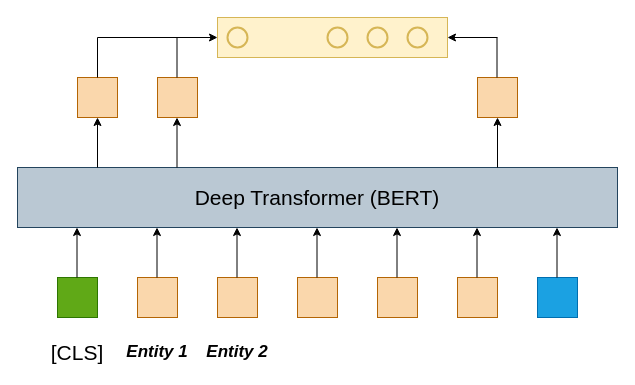
The draw.io diagram Untitled Diagram.drawio in rahmanmuhammad/Russo, before the edit. Source tidied: cells renumbered, new cells numbered last; positions are measured from the earlier drawing's top-left corner, leaving out a move shared by most shapes. Both pictures are drawn from the tidied source at 100%, with x=0, y=0 at pixel (17, 17).
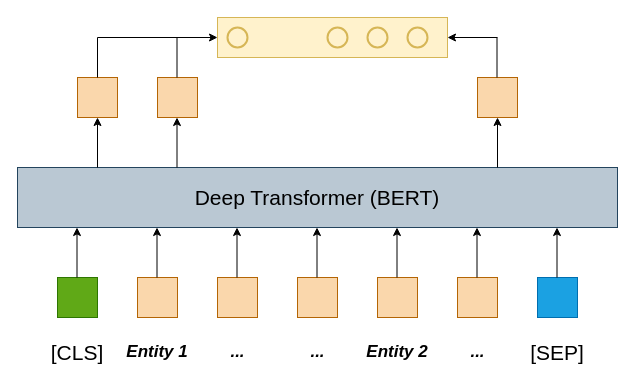
After the change.

What changed in the source:
```diff
@@
     <mxCell id="35" value="Entity 2" style="text;html=1;strokeColor=none;fillColor=none;align=center;verticalAlign=middle;whiteSpace=wrap;rounded=0;fontSize=17;fontStyle=3;" parent="1" vertex="1">
-      <mxGeometry x="185" y="320" width="70" height="30" as="geometry" />
+      <mxGeometry x="345" y="320" width="70" height="30" as="geometry" />
     </mxCell>
+    <mxCell id="36" value="[SEP]" style="text;html=1;strokeColor=none;fillColor=none;align=center;verticalAlign=middle;whiteSpace=wrap;rounded=0;fontSize=21;" parent="1" vertex="1">
+      <mxGeometry x="510" y="320" width="60" height="30" as="geometry" />
+    </mxCell>
+    <mxCell id="37" value="..." style="text;html=1;strokeColor=none;fillColor=none;align=center;verticalAlign=middle;whiteSpace=wrap;rounded=0;fontSize=17;fontStyle=3;" parent="1" vertex="1">
+      <mxGeometry x="207.5" y="320" width="25" height="30" as="geometry" />
+    </mxCell>
+    <mxCell id="38" value="..." style="text;html=1;strokeColor=none;fillColor=none;align=center;verticalAlign=middle;whiteSpace=wrap;rounded=0;fontSize=17;fontStyle=3;" parent="1" vertex="1">
+      <mxGeometry x="287.5" y="320" width="25" height="30" as="geometry" />
+    </mxCell>
+    <mxCell id="39" value="..." style="text;html=1;strokeColor=none;fillColor=none;align=center;verticalAlign=middle;whiteSpace=wrap;rounded=0;fontSize=17;fontStyle=3;" parent="1" vertex="1">
+      <mxGeometry x="447.5" y="320" width="25" height="30" as="geometry" />
+    </mxCell>
```
